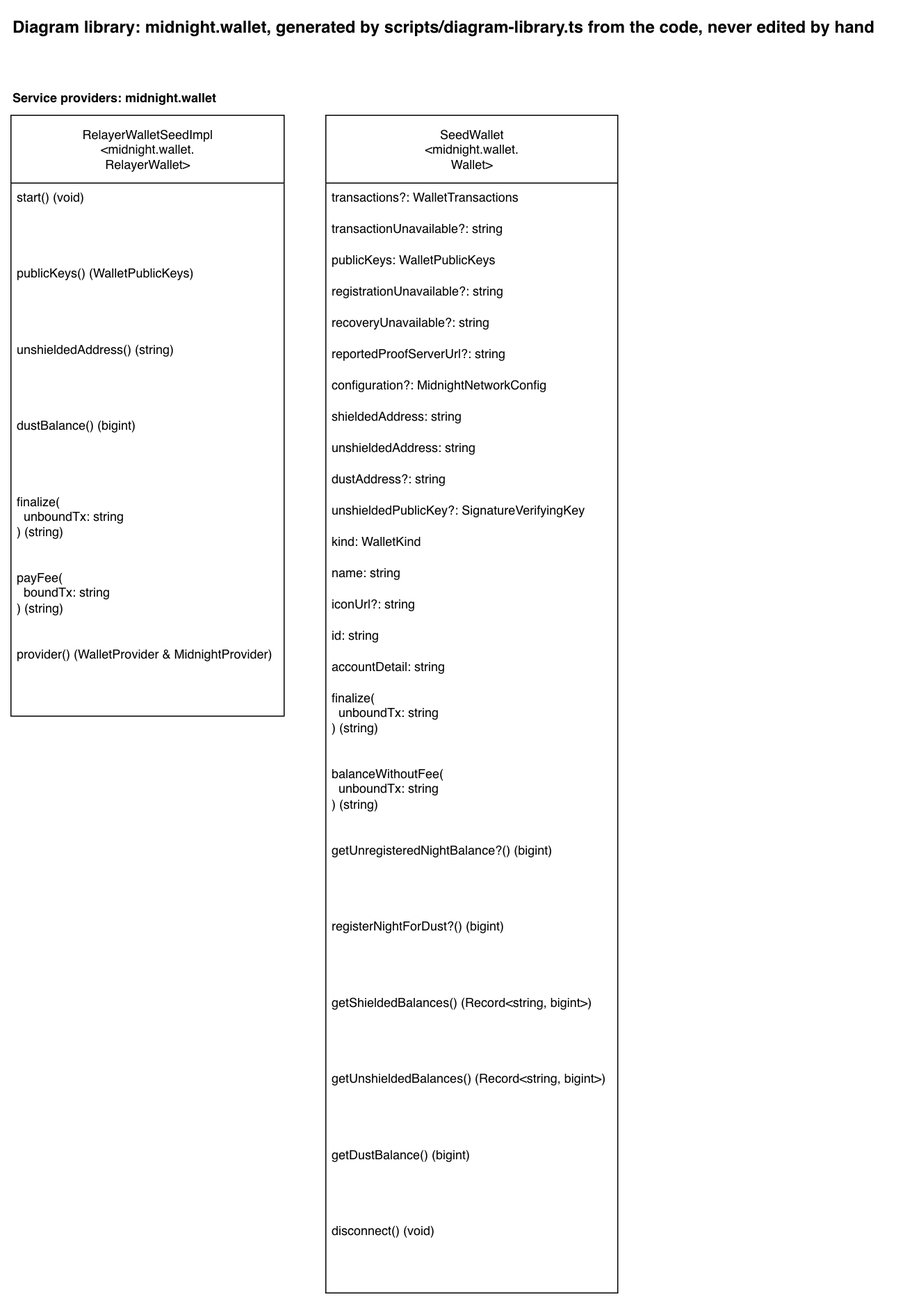
This is docs/diagram-library/midnight/wallet/diagram-library.drawio.png from sig-net/full-stack-demo, a draw.io export, as it was before one commit. Source tidied: cells renumbered, new cells last; positions are measured from the earlier drawing's top-left corner, leaving out a move shared by most shapes.
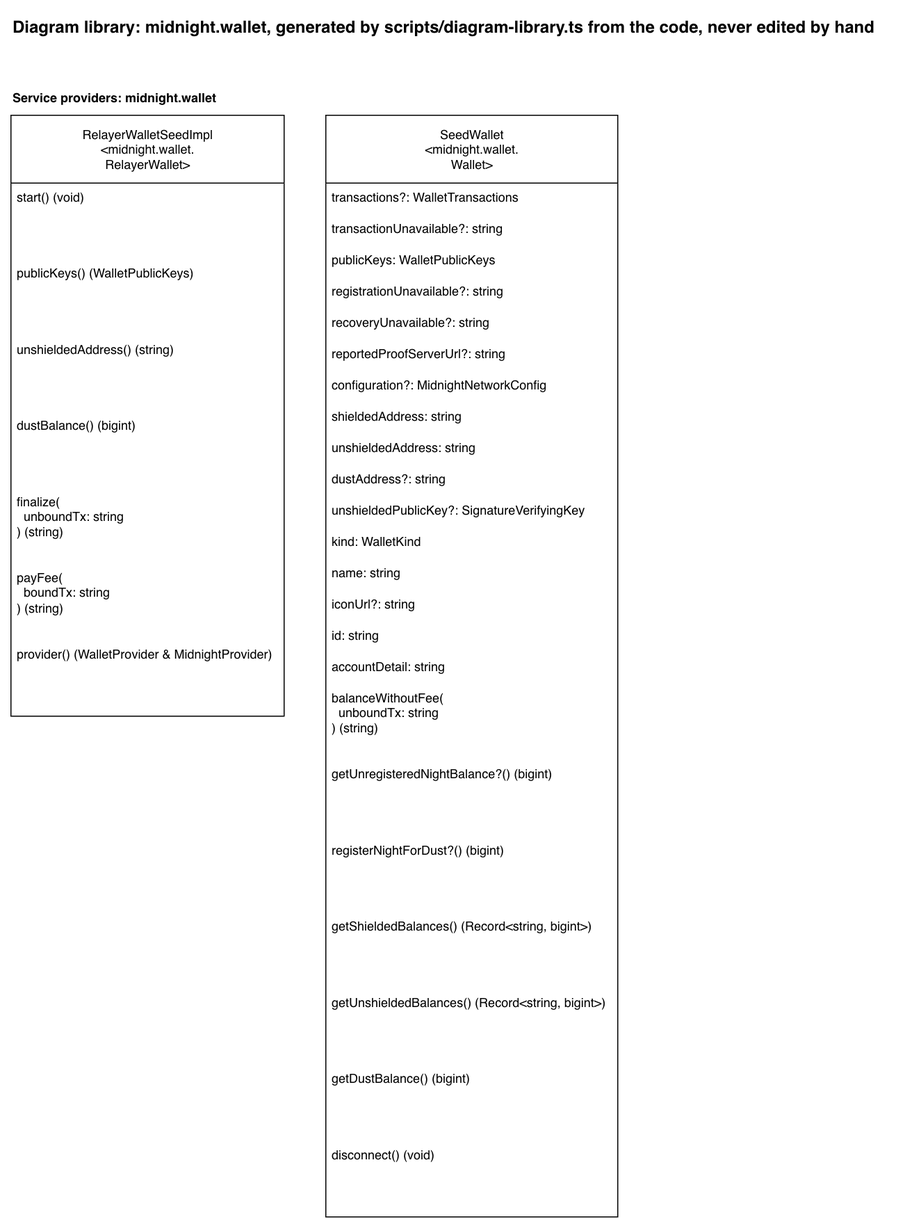
Later version of the same file.

Change to the diagram source:
```diff
@@ -33,7 +33,7 @@
       <mxGeometry y="503" width="262" height="73" as="geometry" />
     </mxCell>
     <mxCell id="12" value="SeedWallet&lt;br&gt;&amp;lt;midnight.wallet.&lt;br&gt;Wallet&amp;gt;" style="swimlane;fontStyle=0;horizontal=1;startSize=65;fillColor=default;html=1;fillStyle=solid;" parent="1" vertex="1">
-      <mxGeometry x="302" y="100" width="280" height="1129" as="geometry" />
+      <mxGeometry x="302" y="100" width="280" height="1056" as="geometry" />
     </mxCell>
     <mxCell id="13" value="transactions?: WalletTransactions" style="text;strokeColor=none;fillColor=none;align=left;verticalAlign=top;spacingLeft=4;spacingRight=4;overflow=hidden;whiteSpace=wrap;html=1;" parent="12" vertex="1">
       <mxGeometry y="65" width="280" height="30" as="geometry" />
@@ -83,29 +83,26 @@
     <mxCell id="28" value="accountDetail: string" style="text;strokeColor=none;fillColor=none;align=left;verticalAlign=top;spacingLeft=4;spacingRight=4;overflow=hidden;whiteSpace=wrap;html=1;" parent="12" vertex="1">
       <mxGeometry y="515" width="280" height="30" as="geometry" />
     </mxCell>
-    <mxCell id="29" value="finalize(&lt;br&gt;&amp;nbsp; unboundTx: string&lt;br&gt;) (string)" style="text;strokeColor=none;fillColor=none;align=left;verticalAlign=top;spacingLeft=4;spacingRight=4;overflow=hidden;whiteSpace=wrap;html=1;" parent="12" vertex="1">
-      <mxGeometry y="545" width="280" height="73" as="geometry" />
-    </mxCell>
     <mxCell id="30" value="balanceWithoutFee(&lt;br&gt;&amp;nbsp; unboundTx: string&lt;br&gt;) (string)" style="text;strokeColor=none;fillColor=none;align=left;verticalAlign=top;spacingLeft=4;spacingRight=4;overflow=hidden;whiteSpace=wrap;html=1;" parent="12" vertex="1">
-      <mxGeometry y="618" width="280" height="73" as="geometry" />
+      <mxGeometry y="545" width="280" height="73" as="geometry" />
     </mxCell>
     <mxCell id="31" value="getUnregisteredNightBalance?() (bigint)" style="text;strokeColor=none;fillColor=none;align=left;verticalAlign=top;spacingLeft=4;spacingRight=4;overflow=hidden;whiteSpace=wrap;html=1;" parent="12" vertex="1">
-      <mxGeometry y="691" width="280" height="73" as="geometry" />
+      <mxGeometry y="618" width="280" height="73" as="geometry" />
     </mxCell>
     <mxCell id="32" value="registerNightForDust?() (bigint)" style="text;strokeColor=none;fillColor=none;align=left;verticalAlign=top;spacingLeft=4;spacingRight=4;overflow=hidden;whiteSpace=wrap;html=1;" parent="12" vertex="1">
-      <mxGeometry y="764" width="280" height="73" as="geometry" />
+      <mxGeometry y="691" width="280" height="73" as="geometry" />
     </mxCell>
     <mxCell id="33" value="getShieldedBalances() (Record&amp;lt;string, bigint&amp;gt;)" style="text;strokeColor=none;fillColor=none;align=left;verticalAlign=top;spacingLeft=4;spacingRight=4;overflow=hidden;whiteSpace=wrap;html=1;" parent="12" vertex="1">
-      <mxGeometry y="837" width="280" height="73" as="geometry" />
+      <mxGeometry y="764" width="280" height="73" as="geometry" />
     </mxCell>
     <mxCell id="34" value="getUnshieldedBalances() (Record&amp;lt;string, bigint&amp;gt;)" style="text;strokeColor=none;fillColor=none;align=left;verticalAlign=top;spacingLeft=4;spacingRight=4;overflow=hidden;whiteSpace=wrap;html=1;" parent="12" vertex="1">
-      <mxGeometry y="910" width="280" height="73" as="geometry" />
+      <mxGeometry y="837" width="280" height="73" as="geometry" />
     </mxCell>
     <mxCell id="35" value="getDustBalance() (bigint)" style="text;strokeColor=none;fillColor=none;align=left;verticalAlign=top;spacingLeft=4;spacingRight=4;overflow=hidden;whiteSpace=wrap;html=1;" parent="12" vertex="1">
-      <mxGeometry y="983" width="280" height="73" as="geometry" />
+      <mxGeometry y="910" width="280" height="73" as="geometry" />
     </mxCell>
     <mxCell id="36" value="disconnect() (void)" style="text;strokeColor=none;fillColor=none;align=left;verticalAlign=top;spacingLeft=4;spacingRight=4;overflow=hidden;whiteSpace=wrap;html=1;" parent="12" vertex="1">
-      <mxGeometry y="1056" width="280" height="73" as="geometry" />
+      <mxGeometry y="983" width="280" height="73" as="geometry" />
     </mxCell>
   </root>
 </mxGraphModel>
```
